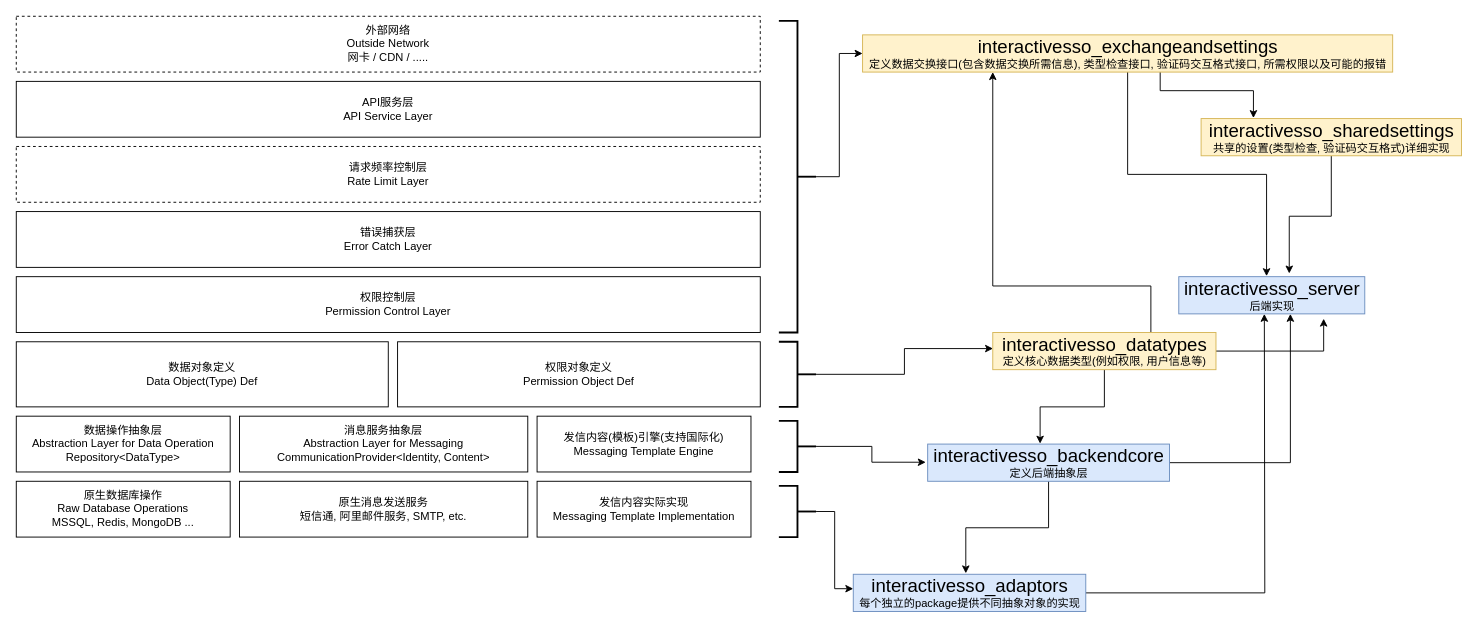
InteractivePlus/InteractiveSSO-DesignDoc keeps this draw.io diagram as static/Source/System-Architecture.drawio. Above is the earlier version. Source tidied: cells renumbered, new cells numbered last; positions are measured from the earlier drawing's top-left corner, leaving out a move shared by most shapes. Both pictures are drawn from the tidied source at 93%, with x=0, y=0 at pixel (16, 16).
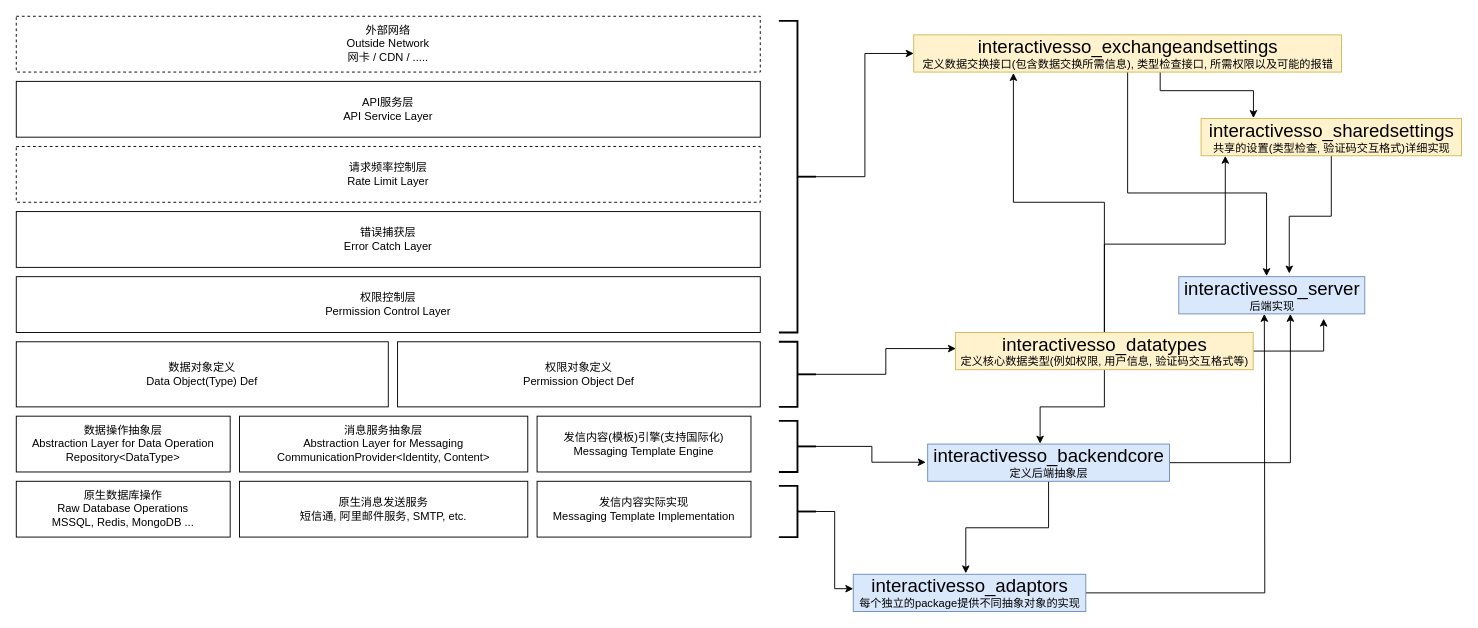
Above is the later version.

Commit message (it also covers changes not shown here):
Update Architecture Graph

Unchanged cells that the change refers to:
```xml
<mxCell id="35" value="&lt;div&gt;&lt;font style=&quot;font-size: 20px&quot;&gt;interactivesso_server&lt;/font&gt;&lt;/div&gt;后端实现" style="text;html=1;align=center;verticalAlign=middle;points=[];fillColor=#dae8fc;strokeColor=#6c8ebf;rounded=0;" parent="1" vertex="1">
  <mxGeometry x="1250" y="280" width="200" height="40" as="geometry" />
</mxCell>
<mxCell id="37" value="&lt;div&gt;&lt;font style=&quot;font-size: 20px&quot;&gt;interactivesso_sharedsettings&lt;/font&gt;&lt;/div&gt;共享的设置(类型检查, 验证码交互格式)详细实现" style="text;html=1;align=center;verticalAlign=middle;points=[];fillColor=#fff2cc;strokeColor=#d6b656;rounded=0;" parent="1" vertex="1">
  <mxGeometry x="1274" y="110" width="280" height="40" as="geometry" />
</mxCell>
```

What changed in the source:
```diff
@@
     <mxCell id="16" style="edgeStyle=orthogonalEdgeStyle;rounded=0;jettySize=auto;html=1;fontSize=20;entryX=0.472;entryY=-0.014;entryDx=0;entryDy=0;entryPerimeter=0;" parent="1" edge="1" source="18" target="35">
-      <mxGeometry relative="1" as="geometry" />
+      <mxGeometry relative="1" as="geometry">
+        <Array as="points">
+          <mxPoint x="1195" y="190" />
+          <mxPoint x="1344" y="190" />
+        </Array>
+      </mxGeometry>
     </mxCell>
@@
-    <mxCell id="18" value="&lt;div&gt;&lt;font style=&quot;font-size: 20px&quot;&gt;interactivesso_exchangeandsettings&lt;/font&gt;&lt;/div&gt;定义数据交换接口(包含数据交换所需信息), 类型检查接口, 验证码交互格式接口, 所需权限以及可能的报错" style="text;html=1;align=center;verticalAlign=middle;points=[];fillColor=#fff2cc;strokeColor=#d6b656;rounded=0;" parent="1" vertex="1">
-      <mxGeometry x="910" y="20" width="570" height="40" as="geometry" />
+    <mxCell id="18" value="&lt;div&gt;&lt;font style=&quot;font-size: 20px&quot;&gt;interactivesso_exchangeandsettings&lt;/font&gt;&lt;/div&gt;定义数据交换接口(包含数据交换所需信息), 类型检查接口, 所需权限以及可能的报错" style="text;html=1;align=center;verticalAlign=middle;points=[];fillColor=#fff2cc;strokeColor=#d6b656;rounded=0;" parent="1" vertex="1">
+      <mxGeometry x="965" y="20" width="460" height="40" as="geometry" />
     </mxCell>
@@
+    <mxCell id="23" style="edgeStyle=orthogonalEdgeStyle;rounded=0;jettySize=auto;html=1;entryX=0.779;entryY=1.129;entryDx=0;entryDy=0;entryPerimeter=0;fontSize=20;" parent="1" edge="1" source="24" target="35">
+      <mxGeometry x="0.54" y="-14" relative="1" as="geometry">
+        <Array as="points">
+          <mxPoint x="1406" y="360" />
+        </Array>
+      </mxGeometry>
+    </mxCell>
+    <mxCell id="38" style="edgeStyle=orthogonalEdgeStyle;rounded=0;jettySize=auto;html=1;entryX=0.093;entryY=1;entryDx=0;entryDy=0;entryPerimeter=0;" parent="1" edge="1" source="24" target="37">
+      <mxGeometry relative="1" as="geometry" />
+    </mxCell>
-    <mxCell id="22" style="edgeStyle=orthogonalEdgeStyle;rounded=0;jettySize=auto;html=1;fontSize=20;" parent="1" edge="1" source="24" target="18">
-      <mxGeometry relative="1" as="geometry">
-        <Array as="points">
-          <mxPoint x="1220" y="290" />
-          <mxPoint x="1050" y="290" />
-        </Array>
-      </mxGeometry>
+    <mxCell id="22" style="edgeStyle=orthogonalEdgeStyle;rounded=0;jettySize=auto;html=1;entryX=0.233;entryY=1.025;entryDx=0;entryDy=0;entryPerimeter=0;" parent="1" edge="1" source="24" target="18">
+      <mxGeometry relative="1" as="geometry" />
     </mxCell>
-    <mxCell id="23" style="edgeStyle=orthogonalEdgeStyle;rounded=0;jettySize=auto;html=1;entryX=0.779;entryY=1.129;entryDx=0;entryDy=0;entryPerimeter=0;fontSize=20;" parent="1" edge="1" source="24" target="35">
-      <mxGeometry x="0.54" y="-14" relative="1" as="geometry">
-        <Array as="points">
-          <mxPoint x="1406" y="360" />
-        </Array>
-      </mxGeometry>
-    </mxCell>
-    <mxCell id="24" value="&lt;div&gt;&lt;font style=&quot;font-size: 20px&quot;&gt;interactivesso_datatypes&lt;/font&gt;&lt;/div&gt;定义核心数据类型(例如权限, 用户信息等)" style="text;html=1;align=center;verticalAlign=middle;points=[];fillColor=#fff2cc;strokeColor=#d6b656;rounded=0;" parent="1" vertex="1">
-      <mxGeometry x="1050" y="340" width="240" height="40" as="geometry" />
+    <mxCell id="24" value="&lt;div&gt;&lt;font style=&quot;font-size: 20px&quot;&gt;interactivesso_datatypes&lt;/font&gt;&lt;/div&gt;定义核心数据类型(例如权限, 用户信息, 验证码交互格式等)" style="text;html=1;align=center;verticalAlign=middle;points=[];fillColor=#fff2cc;strokeColor=#d6b656;rounded=0;" parent="1" vertex="1">
+      <mxGeometry x="1010" y="340" width="320" height="40" as="geometry" />
     </mxCell>
```
